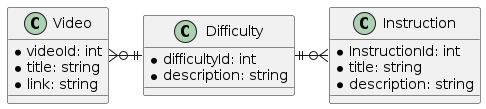
2425-3ahif-syp/02-projekte-meditate-easy keeps this PlantUML diagram as slides/images/meditateeasy-cld.png. Above is the earlier version. Source of this version:
```plantuml
@startuml

class Instruction {
    * InstructionId: int
    * title: string
    * description: string
}
class Difficulty {
    * difficultyId: int
    * description: string
}
class Video {
    * videoId: int
    * title: string
    * link: string
}

Video }o-|| Difficulty
Difficulty ||-o{ Instruction
@enduml
```
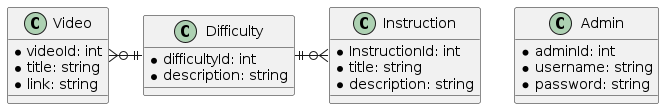
Later version of the same file.

The edit, as a diff of the source:
```diff
@@ -15,6 +15,12 @@
     * link: string
 }
 
+class Admin {
+    * adminId: int
+    * username: string
+    * password: string
+}
+
 Video }o-|| Difficulty
 Difficulty ||-o{ Instruction
 @enduml
```
